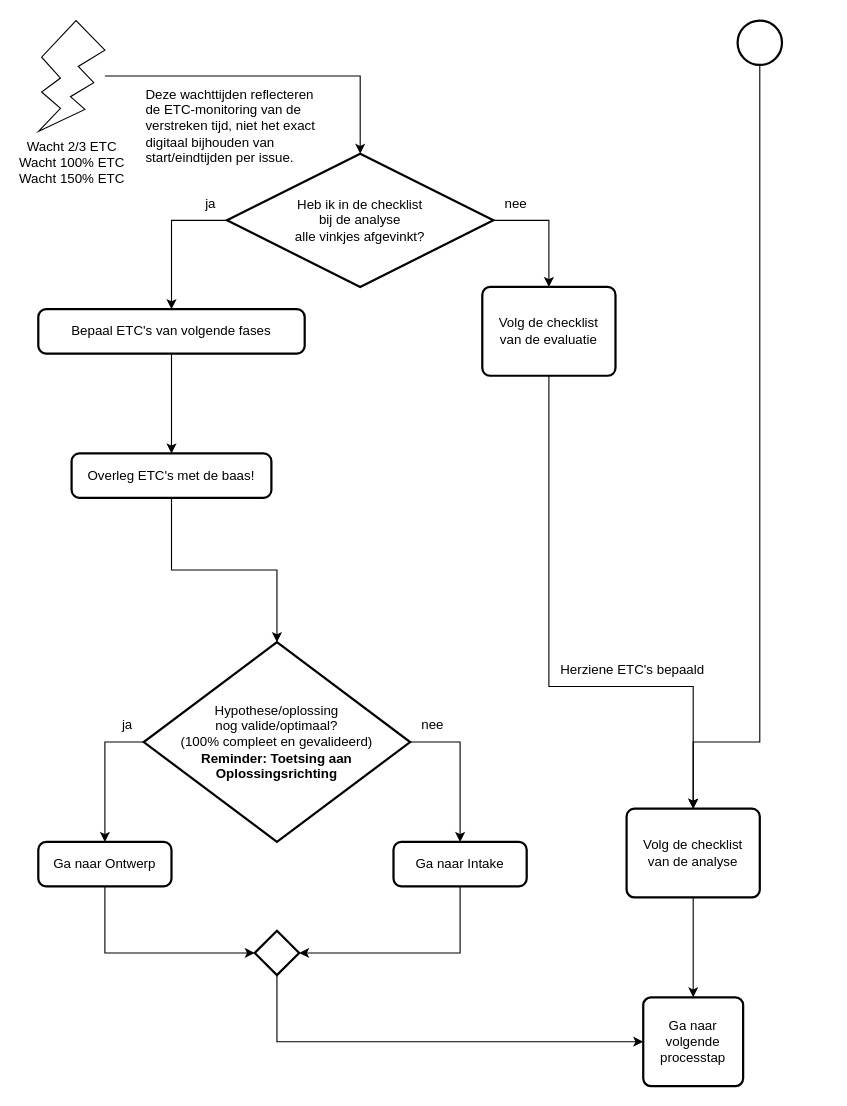
This is 2 Issue Tracker analyse.drawio from Zaibatsu89/IssueTracker, a draw.io file, before an edit. Source tidied: cells renumbered, new cells numbered last; positions are measured from the earlier drawing's top-left corner, leaving out a move shared by most shapes. Both pictures are drawn from the tidied source at 111%, with x=0, y=0 at pixel (38, 20).
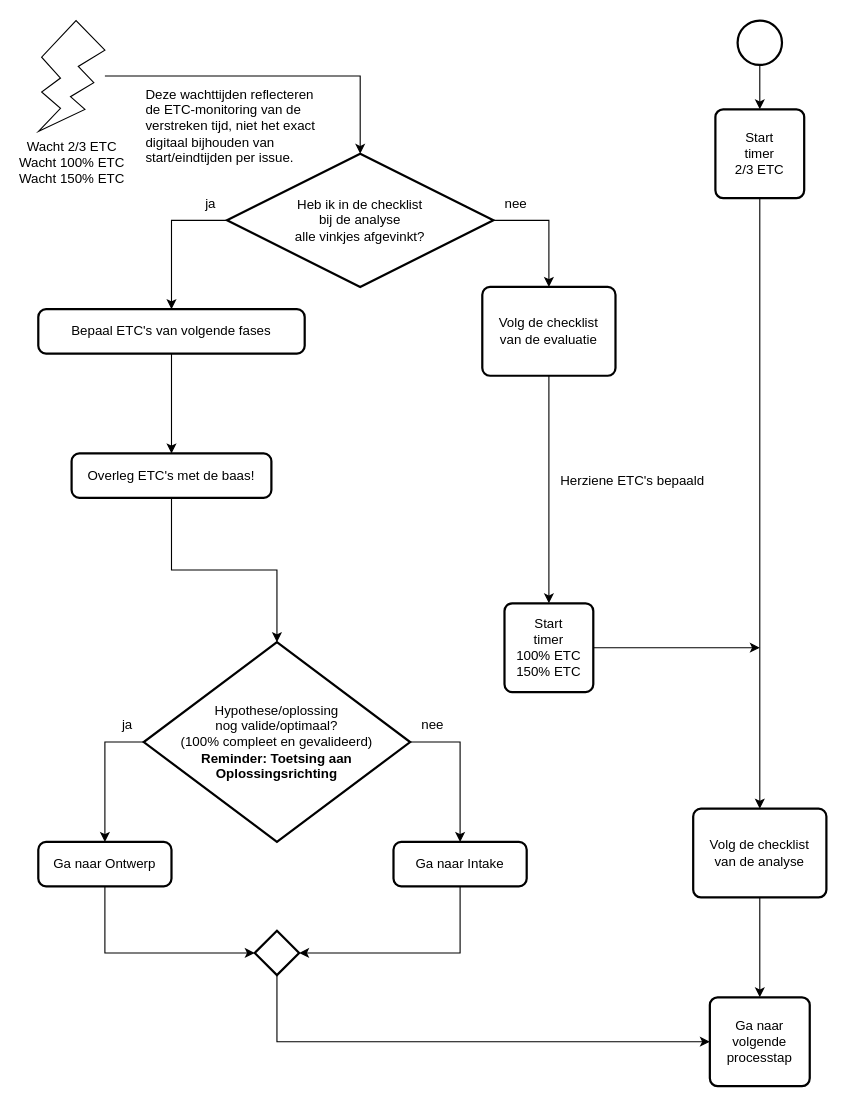
After the change.

Commit message (it also covers changes not shown here):
Voeg "Start timer 2/3", "Start timer 100%" en "Start timer 150%" toe aan flowcharts

The change refers to these unchanged cells:
```xml
<mxCell id="3" style="strokeWidth=2;html=1;shape=mxgraph.flowchart.start_2;whiteSpace=wrap;" parent="1" vertex="1">
  <mxGeometry x="630" width="40" height="40" as="geometry" />
</mxCell>
<mxCell id="24" value="Volg de checklist&lt;br&gt;van de evaluatie" style="rounded=1;whiteSpace=wrap;html=1;absoluteArcSize=1;arcSize=14;strokeWidth=2;" parent="1" vertex="1">
  <mxGeometry x="400" y="240" width="120" height="80" as="geometry" />
</mxCell>
```

Diff of the diagram source:
```diff
@@
-    <mxCell id="2" style="edgeStyle=orthogonalEdgeStyle;rounded=0;jettySize=auto;html=1;exitX=0.5;exitY=1;exitDx=0;exitDy=0;exitPerimeter=0;entryX=0.5;entryY=0;entryDx=0;entryDy=0;" parent="1" edge="1" source="3" target="29">
-      <mxGeometry relative="1" as="geometry">
-        <Array as="points">
-          <mxPoint x="650" y="650" />
-          <mxPoint x="590" y="650" />
-        </Array>
-      </mxGeometry>
-    </mxCell>
+    <mxCell id="33" style="edgeStyle=orthogonalEdgeStyle;rounded=0;jettySize=auto;html=1;" parent="1" edge="1" source="3" target="36">
+      <mxGeometry relative="1" as="geometry" />
+    </mxCell>
@@
+    <mxCell id="34" style="edgeStyle=orthogonalEdgeStyle;rounded=0;jettySize=auto;html=1;entryX=0.5;entryY=0;entryDx=0;entryDy=0;" parent="1" edge="1" source="24" target="38">
+      <mxGeometry relative="1" as="geometry">
+        <Array as="points">
+          <mxPoint x="460" y="490" />
+          <mxPoint x="460" y="490" />
+        </Array>
+      </mxGeometry>
+    </mxCell>
@@
     <mxCell id="28" value="Herziene ETC's bepaald" style="text;html=1;align=center;verticalAlign=middle;strokeColor=none;fillColor=none;" parent="1" vertex="1">
-      <mxGeometry x="460" y="570" width="150" height="30" as="geometry" />
+      <mxGeometry x="460" y="400" width="150" height="30" as="geometry" />
     </mxCell>
     <mxCell id="29" value="Volg de checklist&lt;br&gt;van de analyse" style="rounded=1;whiteSpace=wrap;html=1;absoluteArcSize=1;arcSize=14;strokeWidth=2;" parent="1" vertex="1">
-      <mxGeometry x="530" y="710" width="120" height="80" as="geometry" />
+      <mxGeometry x="590" y="710" width="120" height="80" as="geometry" />
     </mxCell>
@@
-    <mxCell id="31" style="edgeStyle=orthogonalEdgeStyle;rounded=0;jettySize=auto;html=1;exitX=0.5;exitY=1;exitDx=0;exitDy=0;" parent="1" edge="1" source="24">
-      <mxGeometry relative="1" as="geometry">
-        <mxPoint x="590" y="710" as="targetPoint" />
-        <Array as="points">
-          <mxPoint x="460" y="600" />
-          <mxPoint x="590" y="600" />
-        </Array>
-      </mxGeometry>
-    </mxCell>
     <mxCell id="32" value="Ga naar&lt;br&gt;volgende&lt;br&gt;processtap" style="rounded=1;whiteSpace=wrap;html=1;absoluteArcSize=1;arcSize=14;strokeWidth=2;" parent="1" vertex="1">
-      <mxGeometry x="545" y="880" width="90" height="80" as="geometry" />
+      <mxGeometry x="605" y="880" width="90" height="80" as="geometry" />
     </mxCell>
+    <mxCell id="35" style="edgeStyle=orthogonalEdgeStyle;rounded=0;jettySize=auto;html=1;" parent="1" edge="1" source="36">
+      <mxGeometry relative="1" as="geometry">
+        <mxPoint x="650" y="710" as="targetPoint" />
+      </mxGeometry>
+    </mxCell>
+    <mxCell id="36" value="Start&lt;br&gt;timer&lt;br&gt;2/3 ETC" style="rounded=1;whiteSpace=wrap;html=1;absoluteArcSize=1;arcSize=14;strokeWidth=2;" parent="1" vertex="1">
+      <mxGeometry x="610" y="80" width="80" height="80" as="geometry" />
+    </mxCell>
+    <mxCell id="37" style="edgeStyle=orthogonalEdgeStyle;rounded=0;jettySize=auto;html=1;exitX=1;exitY=0.5;exitDx=0;exitDy=0;" parent="1" edge="1" source="38">
+      <mxGeometry relative="1" as="geometry">
+        <mxPoint x="650" y="565" as="targetPoint" />
+      </mxGeometry>
+    </mxCell>
+    <mxCell id="38" value="Start&lt;br&gt;timer&lt;br&gt;100% ETC&lt;br&gt;150% ETC" style="rounded=1;whiteSpace=wrap;html=1;absoluteArcSize=1;arcSize=14;strokeWidth=2;" parent="1" vertex="1">
+      <mxGeometry x="420" y="525" width="80" height="80" as="geometry" />
+    </mxCell>
```
